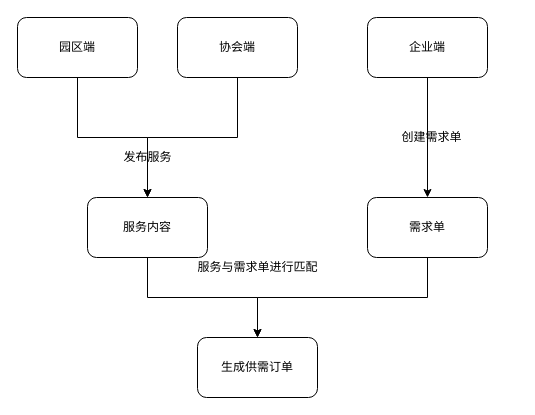
Before: 产业云流程.drawio in x1126565832/pic, a draw.io diagram. Source tidied: cells renumbered, new cells numbered last; positions are measured from the earlier drawing's top-left corner, leaving out a move shared by most shapes. Both pictures are drawn from the tidied source at 100%, with x=0, y=0 at pixel (17, 17).
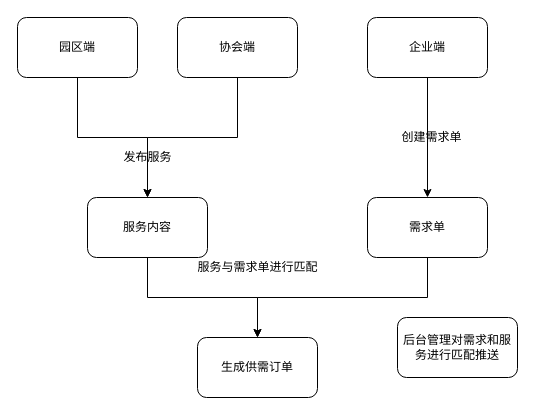
Above is the later version.

Commit message (it also covers changes not shown here):
更新产业云流程.drawio

The edit, as a diff of the source:
```diff
@@
 <mxGraphModel>
   <root>
     <mxCell id="0" />
     <mxCell id="1" parent="0" />
     <mxCell id="2" style="edgeStyle=orthogonalEdgeStyle;rounded=0;jettySize=auto;html=1;entryX=0.5;entryY=0;entryDx=0;entryDy=0;" parent="1" edge="1" source="3" target="9">
       <mxGeometry relative="1" as="geometry" />
     </mxCell>
     <mxCell id="3" value="园区端" style="rounded=1;whiteSpace=wrap;html=1;" parent="1" vertex="1">
       <mxGeometry width="120" height="60" as="geometry" />
     </mxCell>
     <mxCell id="4" style="edgeStyle=orthogonalEdgeStyle;rounded=0;jettySize=auto;html=1;entryX=0.5;entryY=0;entryDx=0;entryDy=0;" parent="1" edge="1" source="5" target="14">
       <mxGeometry relative="1" as="geometry" />
     </mxCell>
     <mxCell id="5" value="企业端" style="rounded=1;whiteSpace=wrap;html=1;" parent="1" vertex="1">
       <mxGeometry x="350" width="120" height="60" as="geometry" />
     </mxCell>
     <mxCell id="6" style="edgeStyle=orthogonalEdgeStyle;rounded=0;jettySize=auto;html=1;" parent="1" edge="1" source="7" target="9">
       <mxGeometry relative="1" as="geometry" />
     </mxCell>
     <mxCell id="7" value="协会端" style="rounded=1;whiteSpace=wrap;html=1;" parent="1" vertex="1">
       <mxGeometry x="160" width="120" height="60" as="geometry" />
     </mxCell>
     <mxCell id="8" style="edgeStyle=orthogonalEdgeStyle;rounded=0;jettySize=auto;html=1;entryX=0.5;entryY=0;entryDx=0;entryDy=0;" parent="1" edge="1" source="9" target="12">
       <mxGeometry relative="1" as="geometry" />
     </mxCell>
     <mxCell id="9" value="服务内容" style="rounded=1;whiteSpace=wrap;html=1;" parent="1" vertex="1">
       <mxGeometry x="70" y="180" width="120" height="60" as="geometry" />
     </mxCell>
     <mxCell id="10" value="&lt;span&gt;发布服务&lt;/span&gt;" style="text;html=1;align=center;verticalAlign=middle;strokeColor=none;fillColor=none;" parent="1" vertex="1">
       <mxGeometry x="100" y="130" width="60" height="20" as="geometry" />
     </mxCell>
     <mxCell id="11" style="edgeStyle=orthogonalEdgeStyle;rounded=0;orthogonalLoop=1;jettySize=auto;html=1;exitX=0.5;exitY=1;exitDx=0;exitDy=0;" parent="1" edge="1" source="5" target="5">
       <mxGeometry relative="1" as="geometry" />
     </mxCell>
     <mxCell id="12" value="生成供需订单" style="rounded=1;whiteSpace=wrap;html=1;" parent="1" vertex="1">
       <mxGeometry x="180" y="320" width="120" height="60" as="geometry" />
     </mxCell>
     <mxCell id="13" style="edgeStyle=orthogonalEdgeStyle;rounded=0;jettySize=auto;html=1;entryX=0.5;entryY=0;entryDx=0;entryDy=0;" parent="1" edge="1" source="14" target="12">
       <mxGeometry relative="1" as="geometry">
         <Array as="points">
           <mxPoint x="410" y="280" />
           <mxPoint x="240" y="280" />
         </Array>
       </mxGeometry>
     </mxCell>
     <mxCell id="14" value="需求单" style="rounded=1;whiteSpace=wrap;html=1;" parent="1" vertex="1">
       <mxGeometry x="350" y="180" width="120" height="60" as="geometry" />
     </mxCell>
     <mxCell id="15" value="创建需求单" style="text;html=1;align=center;verticalAlign=middle;strokeColor=none;fillColor=none;" parent="1" vertex="1">
       <mxGeometry x="374" y="110" width="80" height="20" as="geometry" />
     </mxCell>
     <mxCell id="16" value="服务与需求单进行匹配" style="text;html=1;align=center;verticalAlign=middle;strokeColor=none;fillColor=none;" parent="1" vertex="1">
       <mxGeometry x="170" y="240" width="140" height="20" as="geometry" />
     </mxCell>
+    <mxCell id="17" value="后台管理对需求和服务进行匹配推送" style="rounded=1;whiteSpace=wrap;html=1;" parent="1" vertex="1">
+      <mxGeometry x="380" y="300" width="120" height="60" as="geometry" />
+    </mxCell>
   </root>
 </mxGraphModel>
```
